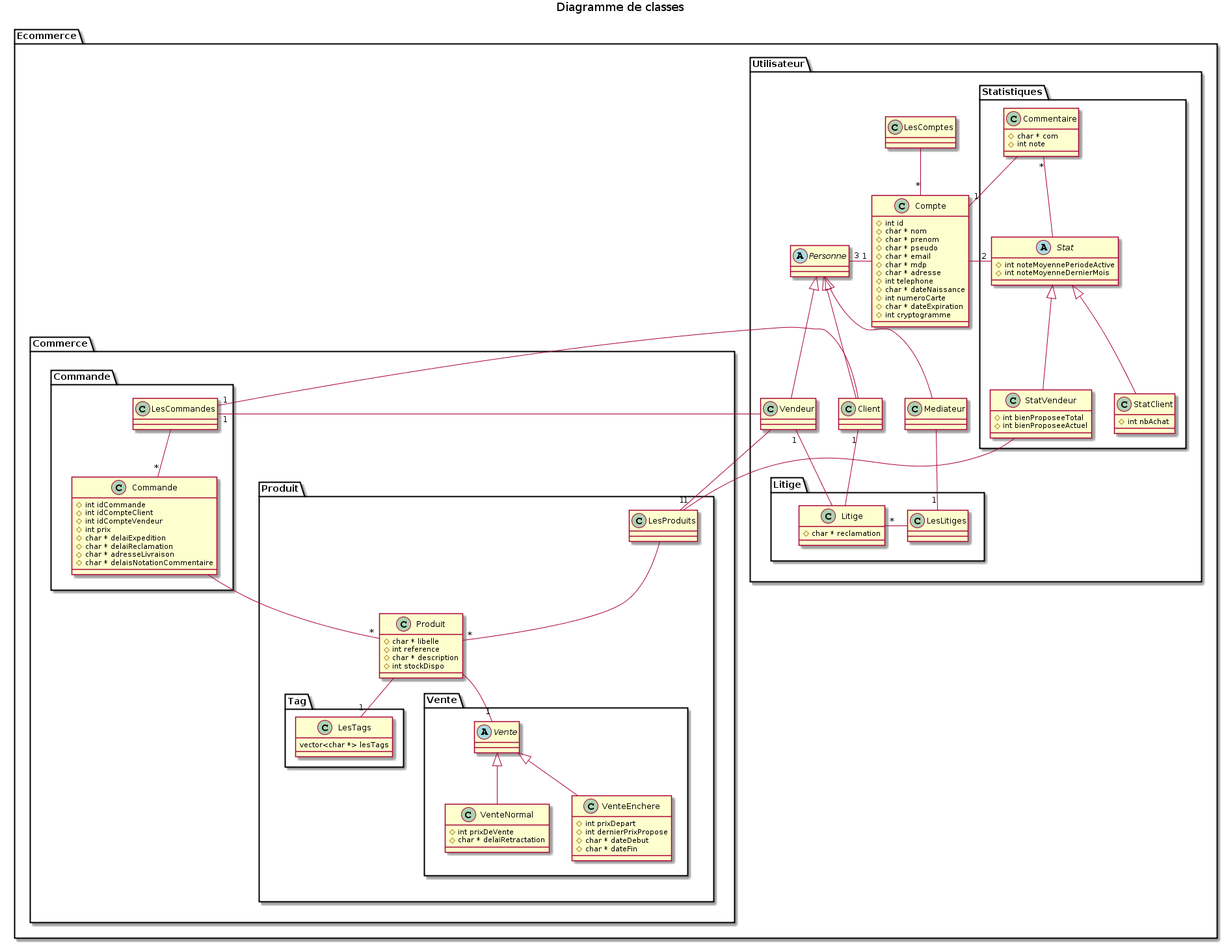
This is Conception/DiagClass/DiagClass.png from Moinketroa/Ebayz, a PlantUML export, as it was before one commit.
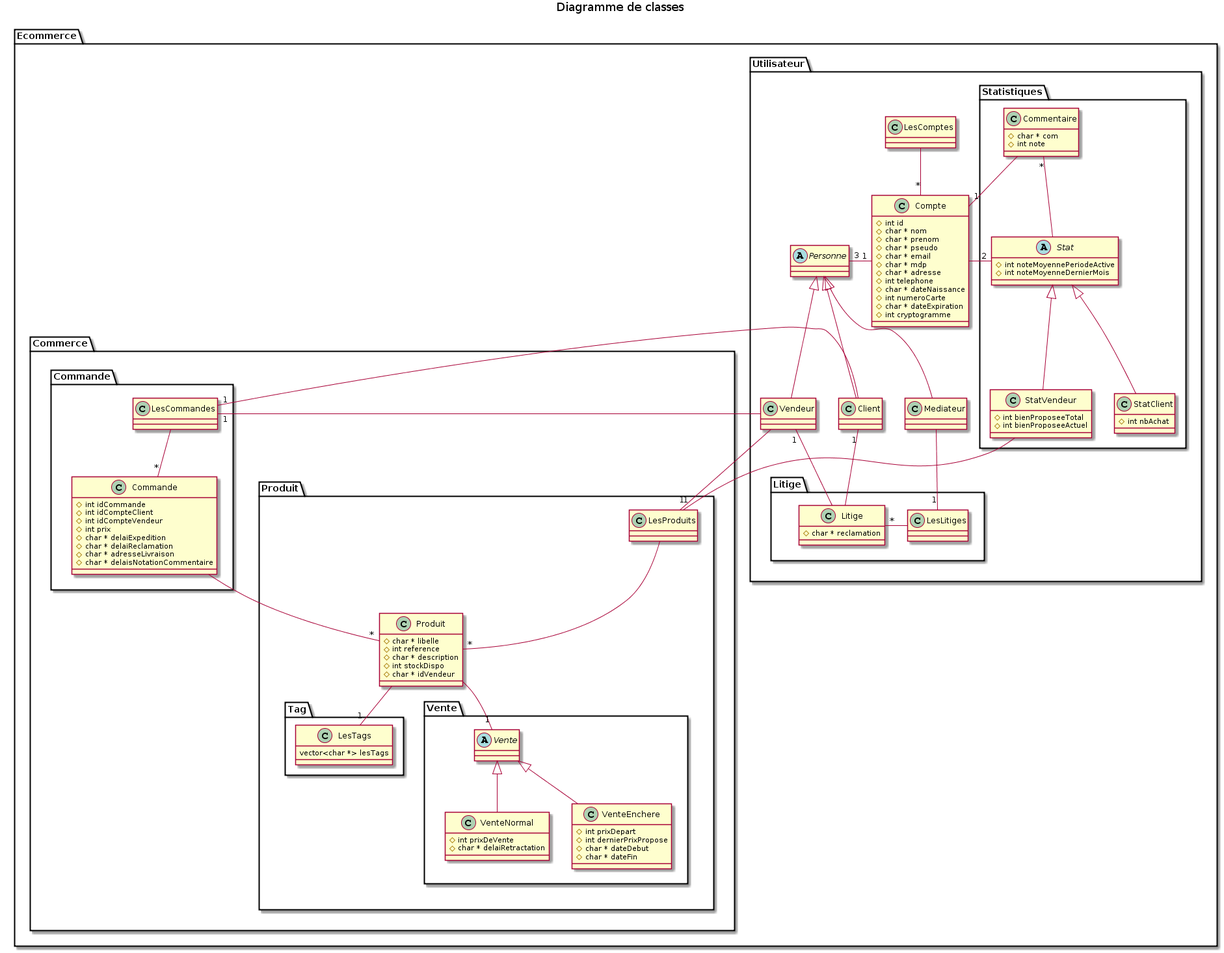
After the change.

Commit message:
modif diag class et diagramme de 2eme iteration

The edit, as a diff of the source:
```diff
@@ -90,6 +90,7 @@
                 #int reference
 		#char * description
                 #int stockDispo
+		#char * idVendeur
             }
 
             class LesProduits
```
